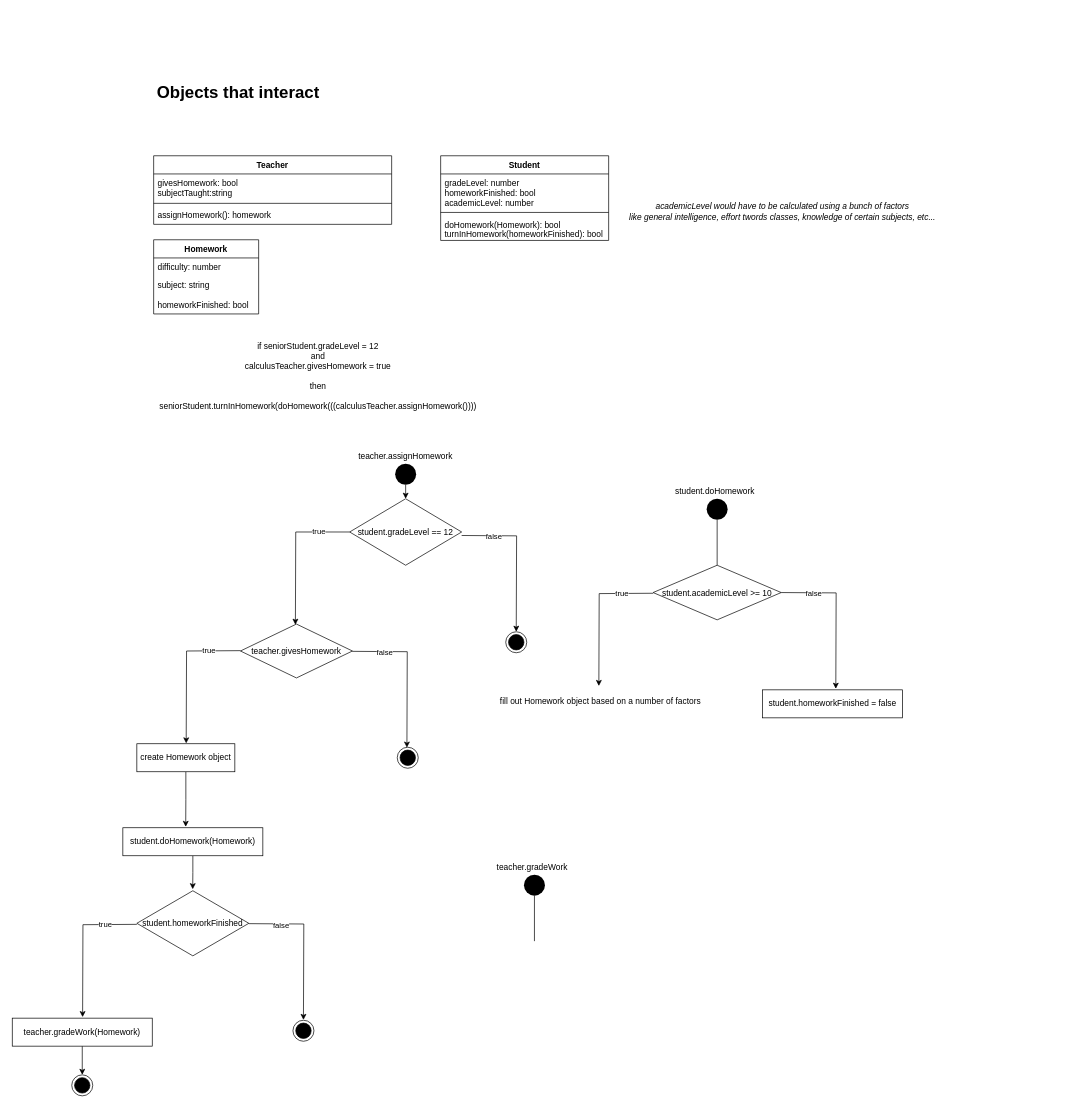
patrick965/CSCS1240S21 keeps this draw.io diagram as page "Objects that interact" (2 of 2) of CSCS1240Notes.drawio. Above is the earlier version. Source tidied: cells renumbered, new cells numbered last; positions are measured from the earlier drawing's top-left corner, leaving out a move shared by most shapes. Both pictures are drawn from the tidied source at 70%, with x=0, y=0 at pixel (12, 78).
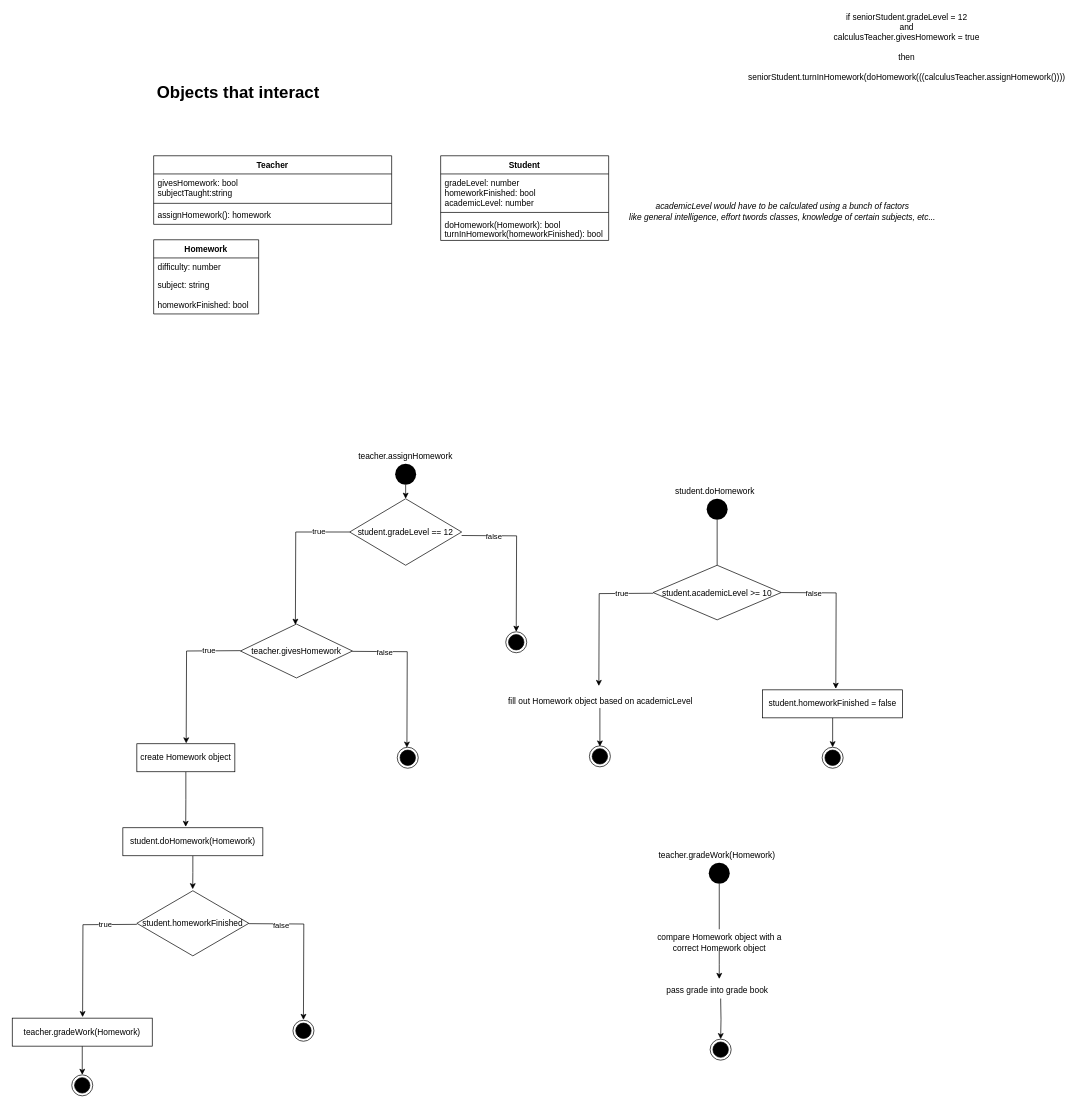
The same diagram, later.

Commit message:
Finished Homework model

Unchanged cells that the change refers to:
```xml
<mxCell id="55" value="student.homeworkFinished = false" style="rounded=0;whiteSpace=wrap;html=1;sketch=0;fillColor=#FFFFFF;" parent="1" vertex="1">
  <mxGeometry x="1072" y="873" width="200" height="40" as="geometry" />
</mxCell>
```

The edit, as a diff of the source:
```diff
@@
     <mxCell id="15" value="if seniorStudent.gradeLevel = 12&lt;br&gt;and&lt;br&gt;calculusTeacher.givesHomework = true&lt;br&gt;&lt;br&gt;then&lt;br&gt;&lt;br&gt;seniorStudent.turnInHomework(doHomework(((calculusTeacher.assignHomework())))" style="text;html=1;strokeColor=none;fillColor=none;align=center;verticalAlign=middle;whiteSpace=wrap;rounded=0;" parent="1" vertex="1">
-      <mxGeometry x="267" y="380" width="340" height="90" as="geometry" />
+      <mxGeometry x="1108" y="-90" width="340" height="90" as="geometry" />
     </mxCell>
@@
-    <mxCell id="47" value="teacher.gradeWork" style="text;html=1;strokeColor=none;fillColor=none;align=center;verticalAlign=middle;whiteSpace=wrap;rounded=0;" parent="1" vertex="1">
-      <mxGeometry x="687" y="1117" width="112" height="20" as="geometry" />
+    <mxCell id="47" value="teacher.gradeWork(Homework)" style="text;html=1;strokeColor=none;fillColor=none;align=center;verticalAlign=middle;whiteSpace=wrap;rounded=0;" parent="1" vertex="1">
+      <mxGeometry x="951" y="1100" width="112" height="20" as="geometry" />
     </mxCell>
     <mxCell id="48" style="endArrow=none;html=1;entryX=0.5;entryY=1;entryDx=0;entryDy=0;" parent="1" edge="1" target="49">
       <mxGeometry relative="1" as="geometry">
-        <mxPoint x="746" y="1232" as="sourcePoint" />
+        <mxPoint x="1010" y="1215" as="sourcePoint" />
       </mxGeometry>
     </mxCell>
     <mxCell id="49" style="ellipse;fillColor=#000000;strokeColor=none;sketch=0;" parent="1" vertex="1">
-      <mxGeometry x="731" y="1137" width="30" height="30" as="geometry" />
+      <mxGeometry x="995" y="1120" width="30" height="30" as="geometry" />
     </mxCell>
@@
+    <mxCell id="58" style="edgeStyle=orthogonalEdgeStyle;rounded=0;jettySize=auto;html=1;entryX=0.5;entryY=0;entryDx=0;entryDy=0;" parent="1" edge="1" source="55" target="66">
+      <mxGeometry relative="1" as="geometry" />
+    </mxCell>
@@
+    <mxCell id="59" style="edgeStyle=orthogonalEdgeStyle;rounded=0;jettySize=auto;html=1;" parent="1" edge="1" source="57">
+      <mxGeometry relative="1" as="geometry">
+        <mxPoint x="839.5" y="954" as="targetPoint" />
+      </mxGeometry>
+    </mxCell>
-    <mxCell id="57" value="fill out Homework object based on a number of factors" style="text;html=1;align=center;verticalAlign=middle;points=[];" parent="1" vertex="1">
-      <mxGeometry x="687" y="881" width="305" height="18" as="geometry" />
+    <mxCell id="57" value="&lt;div&gt;fill out Homework object based on academicLevel&lt;br&gt;&lt;/div&gt;" style="text;html=1;align=center;verticalAlign=middle;points=[];" parent="1" vertex="1">
+      <mxGeometry x="699" y="881" width="282" height="18" as="geometry" />
     </mxCell>
+    <mxCell id="60" style="edgeStyle=orthogonalEdgeStyle;rounded=0;jettySize=auto;html=1;entryX=0.5;entryY=0;entryDx=0;entryDy=0;" parent="1" edge="1" target="64">
+      <mxGeometry relative="1" as="geometry">
+        <mxPoint x="1012" y="1314" as="sourcePoint" />
+      </mxGeometry>
+    </mxCell>
+    <mxCell id="61" style="edgeStyle=orthogonalEdgeStyle;rounded=0;jettySize=auto;html=1;" parent="1" edge="1" source="62">
+      <mxGeometry relative="1" as="geometry">
+        <mxPoint x="1010" y="1286" as="targetPoint" />
+      </mxGeometry>
+    </mxCell>
+    <mxCell id="62" value="compare Homework object with a correct Homework object " style="text;html=1;strokeColor=none;fillColor=none;align=center;verticalAlign=middle;whiteSpace=wrap;rounded=0;" parent="1" vertex="1">
+      <mxGeometry x="919.5" y="1224" width="181" height="20" as="geometry" />
+    </mxCell>
+    <mxCell id="63" style="ellipse;html=1;shape=endState;fillColor=#000000;strokeColor=#000000;sketch=0;" parent="1" vertex="1">
+      <mxGeometry x="824.5" y="953" width="30" height="30" as="geometry" />
+    </mxCell>
+    <mxCell id="64" style="ellipse;html=1;shape=endState;fillColor=#000000;strokeColor=#000000;sketch=0;" parent="1" vertex="1">
+      <mxGeometry x="997" y="1372" width="30" height="30" as="geometry" />
+    </mxCell>
+    <mxCell id="65" value="pass grade into grade book" style="text;html=1;align=center;verticalAlign=middle;" parent="1" vertex="1">
+      <mxGeometry x="926.5" y="1294" width="161" height="18" as="geometry" />
+    </mxCell>
+    <mxCell id="66" style="ellipse;html=1;shape=endState;fillColor=#000000;strokeColor=#000000;sketch=0;" parent="1" vertex="1">
+      <mxGeometry x="1157" y="955" width="30" height="30" as="geometry" />
+    </mxCell>
```
